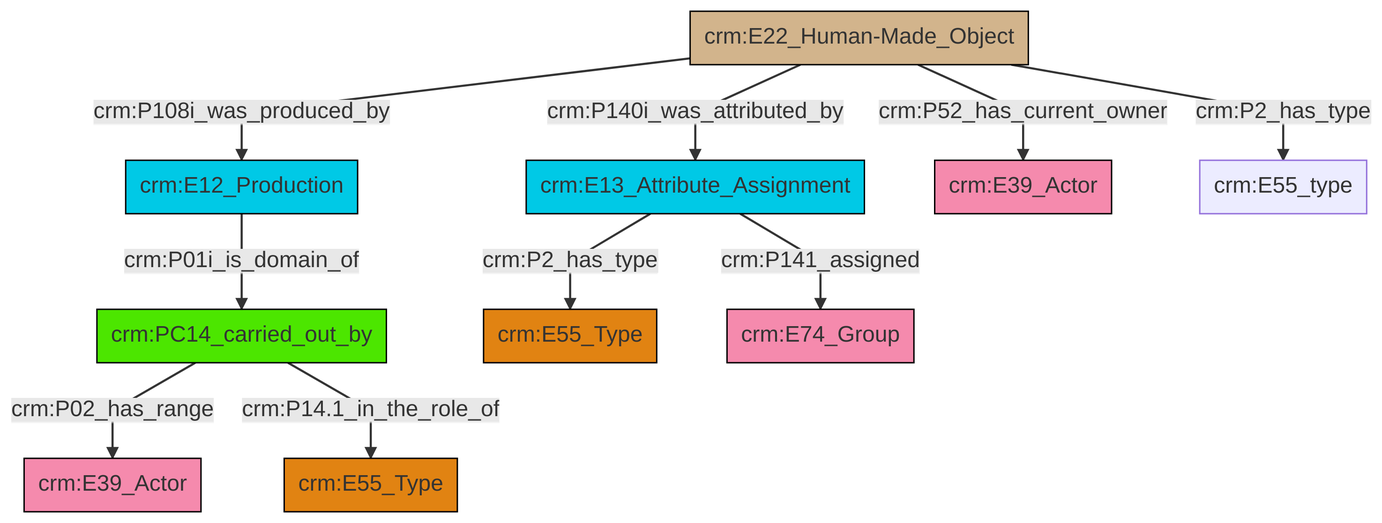
Before: et/builtWorkCSV/ttl/mmd/png/Built_Work_actor_relations.png, a diagram exported from Mermaid (swiss-art-research-net/reference-data-models). Its source is kept beside it as et/builtWorkCSV/ttl/mmd/Built_Work_actor_relations.ttl.mmd.
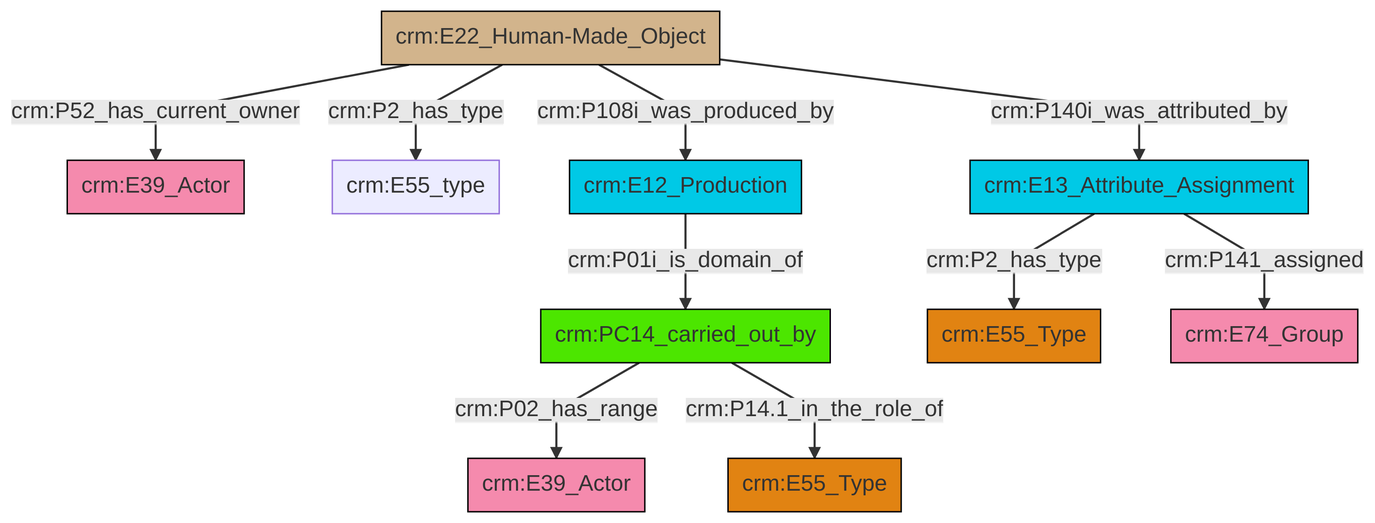
Above is the later version.

The edit, as a diff of the source:
```diff
@@ -13,12 +13,12 @@
 classDef PC_Classes fill:#4ce600, stroke:#000000;
 classDef Multi fill:#cccccc,stroke:#000000;
 
-4["crm:PC14_carried_out_by"]:::PC_Classes -->|crm:P02_has_range| 5["crm:E39_Actor"]:::Actor
-6["crm:E22_Human-Made_Object"]:::Physical_Thing -->|crm:P52_has_current_owner| 7["crm:E39_Actor"]:::Actor
-0["crm:E12_Production"]:::Temporal_Entity -->|crm:P01i_is_domain_of| 4["crm:PC14_carried_out_by"]:::PC_Classes
-6["crm:E22_Human-Made_Object"]:::Physical_Thing -->|crm:P2_has_type| 8["crm:E55_type"]:::Default
-2["crm:E13_Attribute_Assignment"]:::Temporal_Entity -->|crm:P141_assigned| 15["crm:E74_Group"]:::Actor
-4["crm:PC14_carried_out_by"]:::PC_Classes -->|crm:P14.1_in_the_role_of| 12["crm:E55_Type"]:::Type
-2["crm:E13_Attribute_Assignment"]:::Temporal_Entity -->|crm:P2_has_type| 9["crm:E55_Type"]:::Type
-6["crm:E22_Human-Made_Object"]:::Physical_Thing -->|crm:P140i_was_attributed_by| 2["crm:E13_Attribute_Assignment"]:::Temporal_Entity
-6["crm:E22_Human-Made_Object"]:::Physical_Thing -->|crm:P108i_was_produced_by| 0["crm:E12_Production"]:::Temporal_Entity
+2["crm:PC14_carried_out_by"]:::PC_Classes -->|crm:P02_has_range| 3["crm:E39_Actor"]:::Actor
+4["crm:E22_Human-Made_Object"]:::Physical_Thing -->|crm:P2_has_type| 5["crm:E55_type"]:::Default
+6["crm:E13_Attribute_Assignment"]:::Temporal_Entity -->|crm:P2_has_type| 7["crm:E55_Type"]:::Type
+4["crm:E22_Human-Made_Object"]:::Physical_Thing -->|crm:P108i_was_produced_by| 8["crm:E12_Production"]:::Temporal_Entity
+4["crm:E22_Human-Made_Object"]:::Physical_Thing -->|crm:P140i_was_attributed_by| 6["crm:E13_Attribute_Assignment"]:::Temporal_Entity
+6["crm:E13_Attribute_Assignment"]:::Temporal_Entity -->|crm:P141_assigned| 14["crm:E74_Group"]:::Actor
+8["crm:E12_Production"]:::Temporal_Entity -->|crm:P01i_is_domain_of| 2["crm:PC14_carried_out_by"]:::PC_Classes
+2["crm:PC14_carried_out_by"]:::PC_Classes -->|crm:P14.1_in_the_role_of| 12["crm:E55_Type"]:::Type
+4["crm:E22_Human-Made_Object"]:::Physical_Thing -->|crm:P52_has_current_owner| 0["crm:E39_Actor"]:::Actor
```
